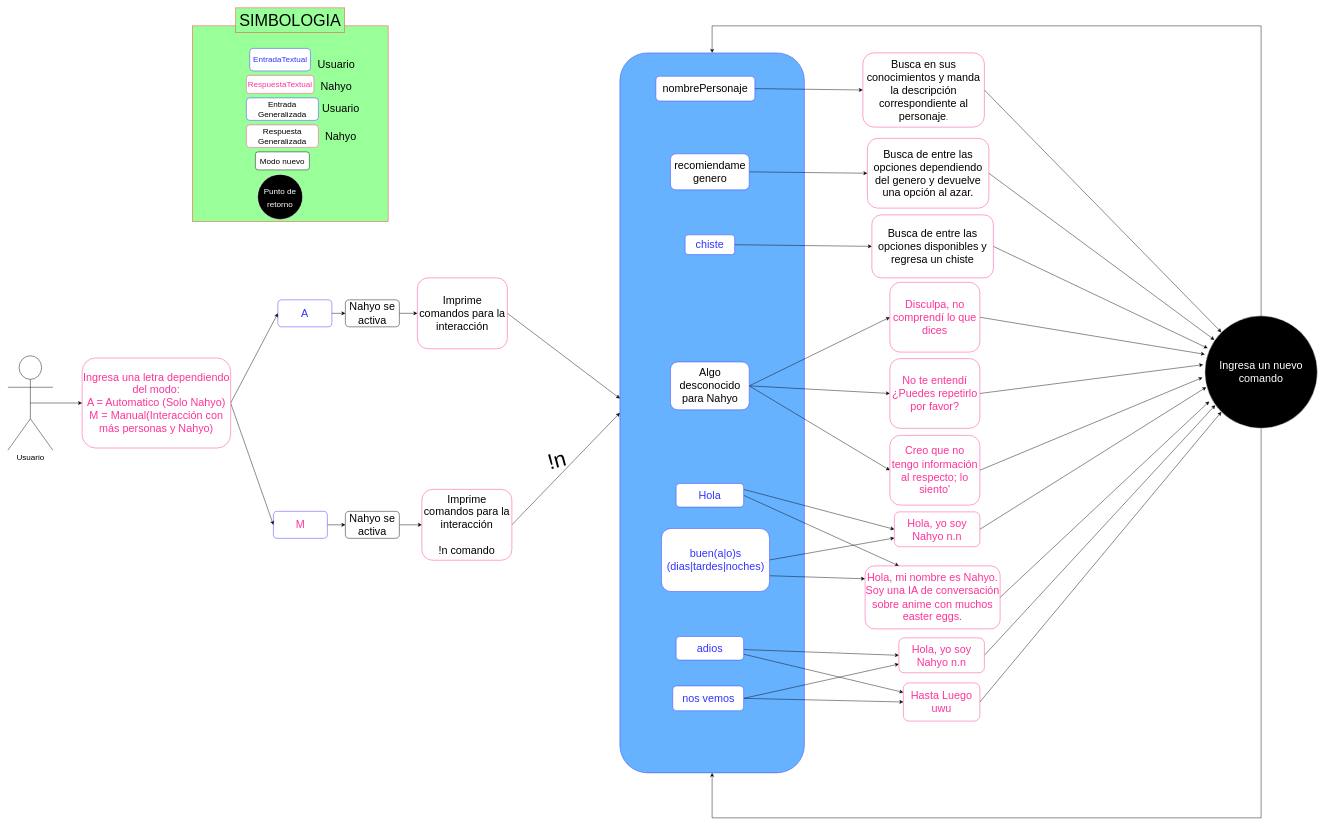
Above: Diagrama/DiagramaGeneral.drawio in cynthializbeth/ChatBot (draw.io), before the change. Source tidied: cells renumbered, new cells numbered last; positions are measured from the earlier drawing's top-left corner, leaving out a move shared by most shapes. Both pictures are drawn from the tidied source at 45%, with x=0, y=0 at pixel (8, 8).
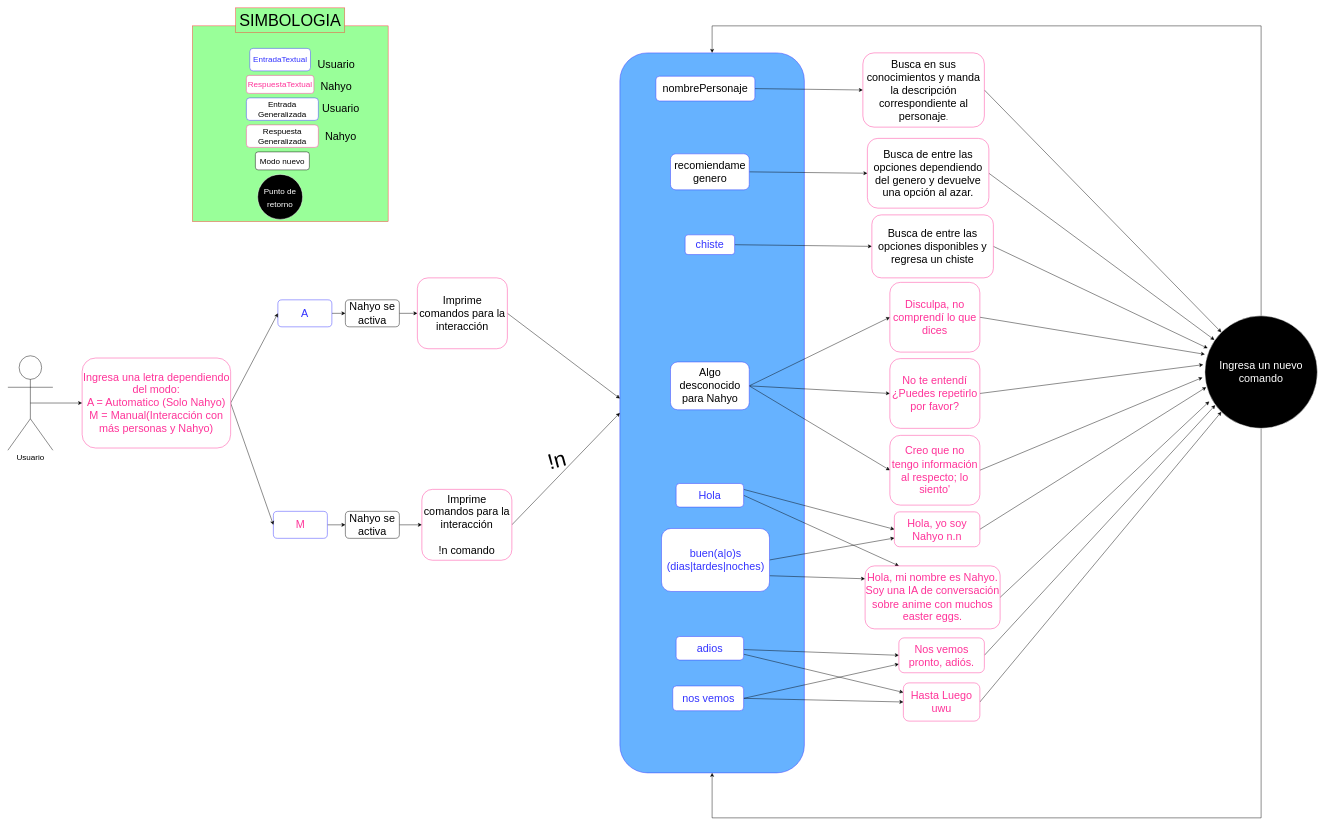
After the change.

Commit message:
corrección adiós

What changed in the source:
```diff
@@
-    <mxCell id="69" value="&lt;font style=&quot;font-size: 24px;&quot; color=&quot;#FF3399&quot;&gt;Hola, yo soy Nahyo n.n&lt;/font&gt;" style="rounded=1;whiteSpace=wrap;html=1;strokeColor=#FF3399;" parent="1" vertex="1">
+    <mxCell id="69" value="&lt;font style=&quot;font-size: 24px;&quot; color=&quot;#FF3399&quot;&gt;Nos vemos pronto, adiós.&lt;br&gt;&lt;/font&gt;" style="rounded=1;whiteSpace=wrap;html=1;strokeColor=#FF3399;" parent="1" vertex="1">
       <mxGeometry x="1980" y="1400" width="190" height="77.5" as="geometry" />
     </mxCell>
```
